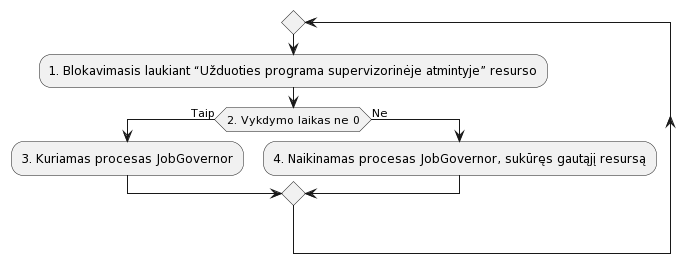
Earlier version of the PlantUML export aprasymas2/img/MainProc.png (Mdominykas/OS).
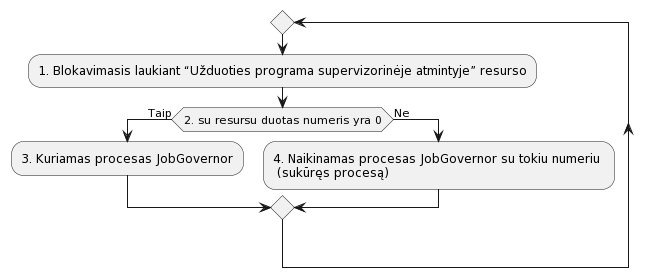
The same diagram one commit later.

Change to the diagram source:
```diff
@@ -1,8 +1,8 @@
 @startuml
 repeat
   :1. Blokavimasis laukiant “Užduoties programa supervizorinėje atmintyje” resurso;
-  if (2. Vykdymo laikas ne 0) is (Taip) then
+  if (2. su resursu duotas numeris yra 0) is (Taip) then
     :3. Kuriamas procesas JobGovernor;
   else (Ne)
-    :4. Naikinamas procesas JobGovernor, sukūręs gautąjį resursą;
+    :4. Naikinamas procesas JobGovernor su tokiu numeriu \n (sukūręs procesą);
 @enduml
```
